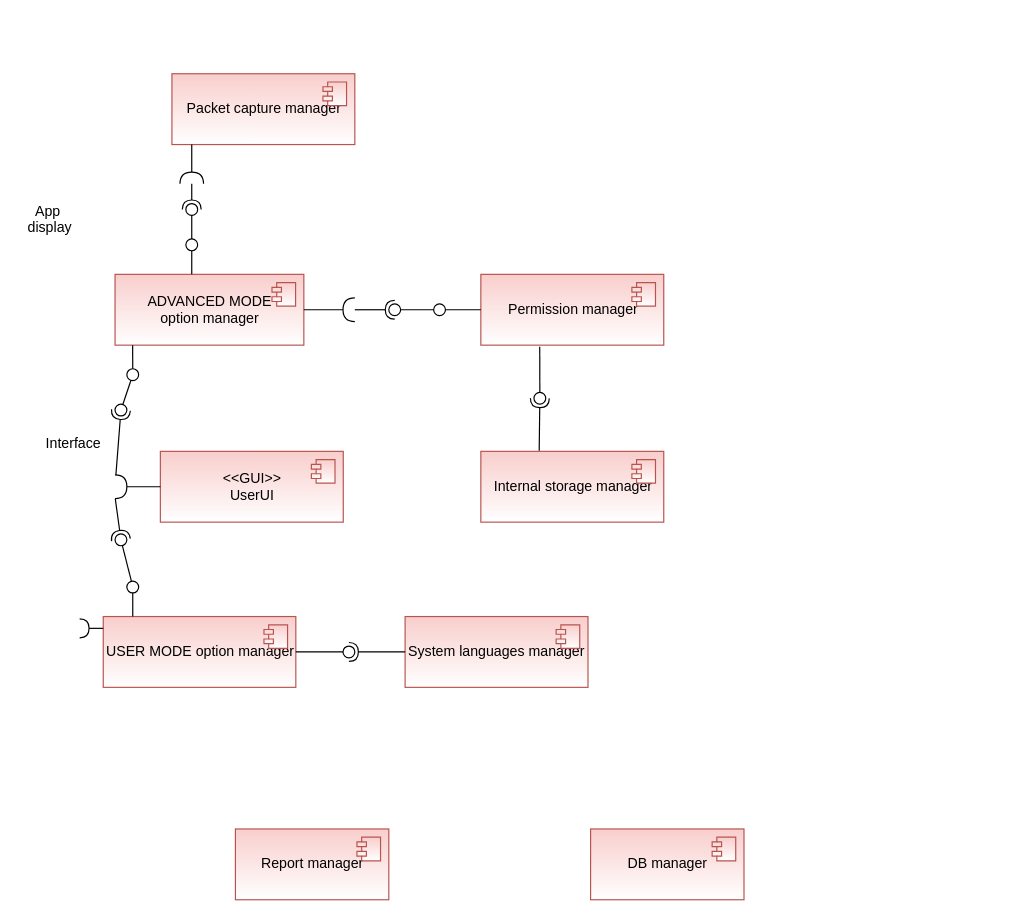
Earlier version of the draw.io diagram SAD/Diagrams/component_diagram.drawio (devmf027/CyberWall). Source tidied: cells renumbered, new cells numbered last; positions are measured from the earlier drawing's top-left corner, leaving out a move shared by most shapes. Both pictures are drawn from the tidied source at 118%, with x=0, y=0 at pixel (20, 73).
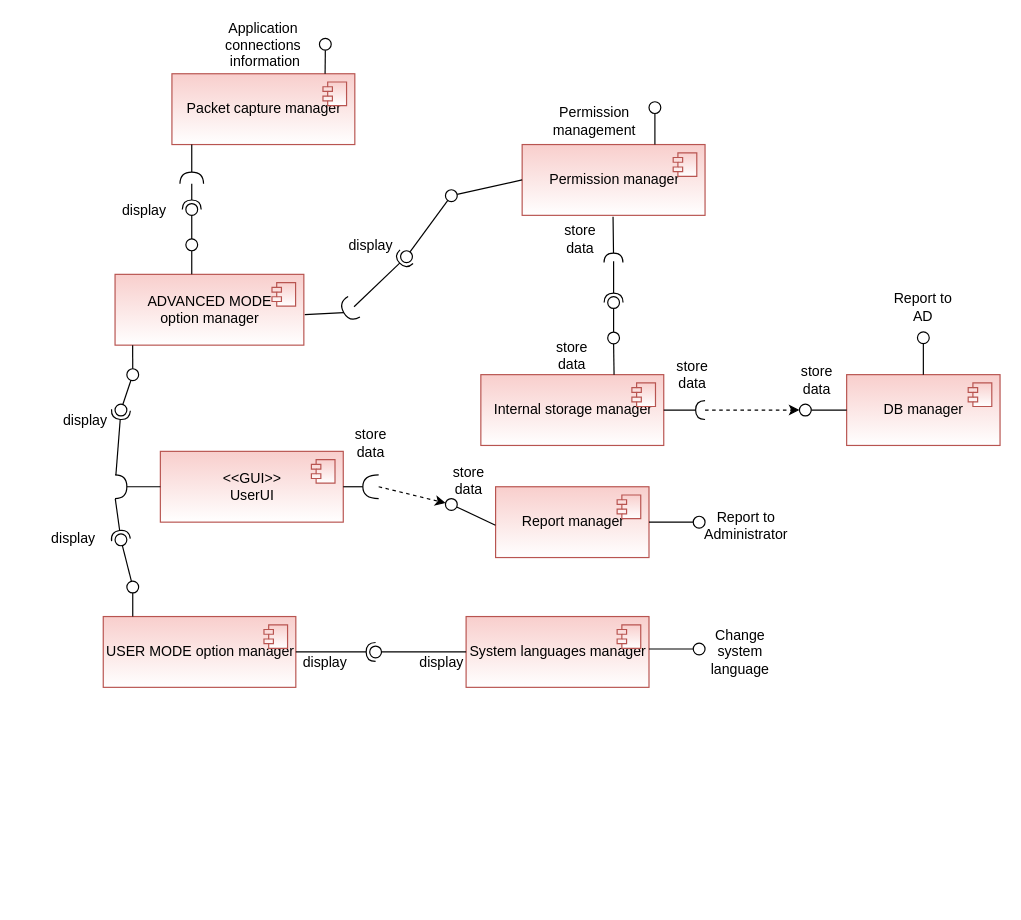
The same page after the edit.

Unchanged cells that the change refers to:
```xml
<mxCell id="6" value="&lt;span&gt;USER MODE option manager&lt;/span&gt;" style="html=1;fillColor=#f8cecc;strokeColor=#b85450;gradientColor=#ffffff;" parent="1" vertex="1">
  <mxGeometry x="70" y="460" width="163.2" height="60" as="geometry" />
</mxCell>
<mxCell id="10" value="&lt;span&gt;ADVANCED MODE &lt;br&gt;option manager&lt;/span&gt;" style="html=1;fillColor=#f8cecc;strokeColor=#b85450;gradientColor=#ffffff;" parent="1" vertex="1">
  <mxGeometry x="80" y="170" width="160" height="60" as="geometry" />
</mxCell>
```

Diff of the diagram source:
```diff
@@
     <mxCell id="2" value="Report manager" style="html=1;fillColor=#f8cecc;strokeColor=#b85450;gradientColor=#ffffff;" parent="1" vertex="1">
-      <mxGeometry x="182" y="640" width="130" height="60" as="geometry" />
+      <mxGeometry x="402.5" y="350" width="130" height="60" as="geometry" />
     </mxCell>
@@
     <mxCell id="4" value="DB manager" style="html=1;fillColor=#f8cecc;strokeColor=#b85450;gradientColor=#ffffff;" parent="1" vertex="1">
-      <mxGeometry x="483" y="640" width="130" height="60" as="geometry" />
+      <mxGeometry x="700" y="255" width="130" height="60" as="geometry" />
     </mxCell>
@@
     <mxCell id="8" value="System languages manager" style="html=1;fillColor=#f8cecc;strokeColor=#b85450;gradientColor=#ffffff;" parent="1" vertex="1">
-      <mxGeometry x="325.8" y="460" width="155" height="60" as="geometry" />
+      <mxGeometry x="377.5" y="460" width="155" height="60" as="geometry" />
     </mxCell>
@@
     <mxCell id="14" value="Permission manager" style="html=1;fillColor=#f8cecc;strokeColor=#b85450;gradientColor=#ffffff;" parent="1" vertex="1">
-      <mxGeometry x="390" y="170" width="155" height="60" as="geometry" />
+      <mxGeometry x="425" y="60" width="155" height="60" as="geometry" />
     </mxCell>
@@
     <mxCell id="18" value="Internal storage manager" style="html=1;fillColor=#f8cecc;strokeColor=#b85450;gradientColor=#ffffff;" parent="1" vertex="1">
-      <mxGeometry x="390" y="320" width="155" height="60" as="geometry" />
+      <mxGeometry x="390" y="255" width="155" height="60" as="geometry" />
     </mxCell>
@@
-    <mxCell id="20" style="rounded=0;orthogonalLoop=1;jettySize=auto;html=1;endArrow=halfCircle;endFill=0;entryX=0.5;entryY=0.5;endSize=6;strokeWidth=1;sketch=0;" parent="1" edge="1">
-      <mxGeometry relative="1" as="geometry">
-        <mxPoint x="70" y="470" as="sourcePoint" />
-        <mxPoint x="50" y="470" as="targetPoint" />
-      </mxGeometry>
-    </mxCell>
-    <mxCell id="21" value="App &#10;display" style="text;align=center;fontStyle=0;verticalAlign=middle;spacingLeft=3;spacingRight=3;strokeColor=none;" parent="1" vertex="1">
-      <mxGeometry y="110" width="50" height="26" as="geometry" />
+    <mxCell id="21" value="Application&#10;connections&#10; information" style="text;align=center;fontStyle=0;verticalAlign=middle;spacingLeft=3;spacingRight=3;strokeColor=none;" parent="1" vertex="1">
+      <mxGeometry x="170.8" y="-38" width="70" height="26" as="geometry" />
     </mxCell>
-    <mxCell id="22" style="rounded=0;jettySize=auto;html=1;endArrow=none;endFill=0;sketch=0;sourcePerimeterSpacing=0;targetPerimeterSpacing=0;exitX=1;exitY=0.5;exitDx=0;exitDy=0;" parent="1" edge="1" target="24">
-      <mxGeometry relative="1" as="geometry">
-        <mxPoint x="233.2" y="490" as="sourcePoint" />
-      </mxGeometry>
+    <mxCell id="22" style="rounded=0;jettySize=auto;html=1;endArrow=none;endFill=0;sketch=0;sourcePerimeterSpacing=0;targetPerimeterSpacing=0;exitX=0;exitY=0.5;exitDx=0;exitDy=0;" parent="1" edge="1" source="8" target="24">
+      <mxGeometry relative="1" as="geometry" />
     </mxCell>
-    <mxCell id="23" style="rounded=0;jettySize=auto;html=1;endArrow=halfCircle;endFill=0;entryX=0.5;entryY=0.5;endSize=6;strokeWidth=1;sketch=0;exitX=0;exitY=0.5;exitDx=0;exitDy=0;" parent="1" edge="1" source="8" target="24">
+    <mxCell id="23" style="rounded=0;jettySize=auto;html=1;endArrow=halfCircle;endFill=0;entryX=0.5;entryY=0.5;endSize=6;strokeWidth=1;sketch=0;exitX=1;exitY=0.5;exitDx=0;exitDy=0;" parent="1" edge="1" source="6" target="24">
       <mxGeometry relative="1" as="geometry" />
     </mxCell>
     <mxCell id="24" style="ellipse;whiteSpace=wrap;html=1;align=center;points=[];outlineConnect=0;sketch=0;" parent="1" vertex="1">
-      <mxGeometry x="273.2" y="485" width="10" height="10" as="geometry" />
+      <mxGeometry x="295.8" y="485" width="10" height="10" as="geometry" />
     </mxCell>
-    <mxCell id="25" value="Interface" style="text;align=center;fontStyle=0;verticalAlign=middle;spacingLeft=3;spacingRight=3;strokeColor=none;" parent="1" vertex="1">
-      <mxGeometry x="20" y="300" width="50" height="26" as="geometry" />
-    </mxCell>
-    <mxCell id="26" style="rounded=0;orthogonalLoop=1;jettySize=auto;html=1;endArrow=none;endFill=0;sketch=0;sourcePerimeterSpacing=0;targetPerimeterSpacing=0;exitX=0.322;exitY=1.005;exitDx=0;exitDy=0;exitPerimeter=0;" parent="1" edge="1">
-      <mxGeometry relative="1" as="geometry">
-        <mxPoint x="439.9" y="231.3" as="sourcePoint" />
-        <mxPoint x="440" y="271" as="targetPoint" />
-      </mxGeometry>
+    <mxCell id="26" style="rounded=0;jettySize=auto;html=1;endArrow=none;endFill=0;sketch=0;sourcePerimeterSpacing=0;targetPerimeterSpacing=0;" parent="1" edge="1" source="77" target="28">
+      <mxGeometry relative="1" as="geometry" />
     </mxCell>
-    <mxCell id="27" style="rounded=0;jettySize=auto;html=1;endArrow=halfCircle;endFill=0;entryX=0.5;entryY=0.5;endSize=6;strokeWidth=1;sketch=0;entryDx=0;entryDy=0;exitX=0.319;exitY=-0.007;exitDx=0;exitDy=0;exitPerimeter=0;" parent="1" edge="1" source="18" target="28">
-      <mxGeometry relative="1" as="geometry" />
+    <mxCell id="27" style="rounded=0;orthogonalLoop=1;jettySize=auto;html=1;endArrow=halfCircle;endFill=0;endSize=6;strokeWidth=1;sketch=0;" parent="1" edge="1">
+      <mxGeometry relative="1" as="geometry">
+        <mxPoint x="502.5" y="158.9" as="sourcePoint" />
+        <mxPoint x="502.5" y="193.9" as="targetPoint" />
+      </mxGeometry>
     </mxCell>
     <mxCell id="28" style="ellipse;whiteSpace=wrap;html=1;align=center;points=[];outlineConnect=0;sketch=0;" parent="1" vertex="1">
-      <mxGeometry x="435" y="270" width="10" height="10" as="geometry" />
+      <mxGeometry x="497.5" y="188.9" width="10" height="10" as="geometry" />
     </mxCell>
@@
-    <mxCell id="48" style="endArrow=none;html=1;rounded=0;entryX=1;entryY=0.5;entryDx=0;entryDy=0;entryPerimeter=0;exitX=1;exitY=0.5;exitDx=0;exitDy=0;" parent="1" edge="1" source="10" target="50">
+    <mxCell id="48" style="endArrow=none;html=1;rounded=0;entryX=1;entryY=0.5;entryDx=0;entryDy=0;entryPerimeter=0;exitX=1.005;exitY=0.569;exitDx=0;exitDy=0;exitPerimeter=0;" parent="1" edge="1" source="10" target="50">
       <mxGeometry relative="1" as="geometry" />
     </mxCell>
@@
-    <mxCell id="50" style="shape=requiredInterface;html=1;verticalLabelPosition=bottom;sketch=0;rotation=0;direction=west;" parent="1" vertex="1">
+    <mxCell id="50" style="shape=requiredInterface;html=1;verticalLabelPosition=bottom;sketch=0;rotation=-30;direction=west;" parent="1" vertex="1">
       <mxGeometry x="273.2" y="190" width="10" height="20" as="geometry" />
     </mxCell>
-    <mxCell id="51" style="rounded=0;jettySize=auto;html=1;endArrow=none;endFill=0;sketch=0;sourcePerimeterSpacing=0;targetPerimeterSpacing=0;exitX=0;exitY=0.5;exitDx=0;exitDy=0;exitPerimeter=0;" parent="1" edge="1" target="53">
-      <mxGeometry relative="1" as="geometry">
-        <mxPoint x="351.6" y="200" as="sourcePoint" />
-      </mxGeometry>
+    <mxCell id="51" style="rounded=0;jettySize=auto;html=1;endArrow=none;endFill=0;sketch=0;sourcePerimeterSpacing=0;targetPerimeterSpacing=0;" parent="1" edge="1" source="55" target="53">
+      <mxGeometry relative="1" as="geometry" />
     </mxCell>
@@
     <mxCell id="53" style="ellipse;whiteSpace=wrap;html=1;align=center;points=[];outlineConnect=0;sketch=0;" parent="1" vertex="1">
-      <mxGeometry x="312" y="195" width="10" height="10" as="geometry" />
+      <mxGeometry x="322" y="150" width="10" height="10" as="geometry" />
     </mxCell>
@@
     <mxCell id="55" style="ellipse;whiteSpace=wrap;html=1;align=center;points=[];outlineConnect=0;sketch=0;" parent="1" vertex="1">
-      <mxGeometry x="350" y="195" width="10" height="10" as="geometry" />
+      <mxGeometry x="360" y="98.3" width="10" height="10" as="geometry" />
     </mxCell>
+    <mxCell id="56" style="endArrow=none;html=1;rounded=0;entryX=1;entryY=0.5;entryDx=0;entryDy=0;entryPerimeter=0;" parent="1" edge="1" target="57">
+      <mxGeometry relative="1" as="geometry">
+        <mxPoint x="273.4" y="350" as="sourcePoint" />
+      </mxGeometry>
+    </mxCell>
+    <mxCell id="57" style="shape=requiredInterface;html=1;verticalLabelPosition=bottom;sketch=0;rotation=0;direction=west;" parent="1" vertex="1">
+      <mxGeometry x="290" y="340" width="13.4" height="20" as="geometry" />
+    </mxCell>
+    <mxCell id="58" style="rounded=0;jettySize=auto;html=1;endArrow=none;endFill=0;sketch=0;sourcePerimeterSpacing=0;targetPerimeterSpacing=0;exitX=-0.001;exitY=0.545;exitDx=0;exitDy=0;exitPerimeter=0;" parent="1" edge="1" source="2" target="59">
+      <mxGeometry relative="1" as="geometry" />
+    </mxCell>
+    <mxCell id="59" style="ellipse;whiteSpace=wrap;html=1;align=center;points=[];outlineConnect=0;sketch=0;" parent="1" vertex="1">
+      <mxGeometry x="360" y="360" width="10" height="10" as="geometry" />
+    </mxCell>
+    <mxCell id="60" style="rounded=0;jettySize=auto;html=1;endArrow=none;endFill=0;sketch=0;sourcePerimeterSpacing=0;targetPerimeterSpacing=0;exitX=0;exitY=0.5;exitDx=0;exitDy=0;" parent="1" edge="1" source="4" target="62">
+      <mxGeometry relative="1" as="geometry" />
+    </mxCell>
+    <mxCell id="61" style="rounded=0;jettySize=auto;html=1;endArrow=halfCircle;endFill=0;endSize=6;strokeWidth=1;sketch=0;exitX=1;exitY=0.5;exitDx=0;exitDy=0;" parent="1" edge="1" source="18">
+      <mxGeometry relative="1" as="geometry">
+        <mxPoint x="580" y="285" as="targetPoint" />
+      </mxGeometry>
+    </mxCell>
+    <mxCell id="62" style="ellipse;whiteSpace=wrap;html=1;align=center;points=[];outlineConnect=0;sketch=0;" parent="1" vertex="1">
+      <mxGeometry x="660" y="280" width="10" height="10" as="geometry" />
+    </mxCell>
+    <mxCell id="63" style="endArrow=classic;html=1;rounded=0;exitX=0;exitY=0.5;exitDx=0;exitDy=0;exitPerimeter=0;dashed=1;" parent="1" edge="1" source="57" target="59">
+      <mxGeometry relative="1" as="geometry" />
+    </mxCell>
+    <mxCell id="64" style="endArrow=classic;html=1;rounded=0;dashed=1;" parent="1" edge="1" target="62">
+      <mxGeometry relative="1" as="geometry">
+        <mxPoint x="580" y="285" as="sourcePoint" />
+      </mxGeometry>
+    </mxCell>
+    <mxCell id="65" style="rounded=0;jettySize=auto;html=1;endArrow=none;endFill=0;sketch=0;sourcePerimeterSpacing=0;targetPerimeterSpacing=0;exitX=1;exitY=0.5;exitDx=0;exitDy=0;" parent="1" edge="1" source="2" target="66">
+      <mxGeometry relative="1" as="geometry" />
+    </mxCell>
+    <mxCell id="66" style="ellipse;whiteSpace=wrap;html=1;align=center;points=[];outlineConnect=0;sketch=0;" parent="1" vertex="1">
+      <mxGeometry x="570" y="375" width="10" height="10" as="geometry" />
+    </mxCell>
+    <mxCell id="67" style="rounded=0;jettySize=auto;html=1;endArrow=none;endFill=0;sketch=0;sourcePerimeterSpacing=0;targetPerimeterSpacing=0;exitX=0.5;exitY=0;exitDx=0;exitDy=0;" parent="1" edge="1" source="4" target="68">
+      <mxGeometry relative="1" as="geometry" />
+    </mxCell>
+    <mxCell id="68" style="ellipse;whiteSpace=wrap;html=1;align=center;points=[];outlineConnect=0;sketch=0;" parent="1" vertex="1">
+      <mxGeometry x="760" y="218.7" width="10" height="10" as="geometry" />
+    </mxCell>
+    <mxCell id="69" value="Report to Administrator" style="text;html=1;strokeColor=none;fillColor=none;align=center;verticalAlign=middle;whiteSpace=wrap;rounded=0;" parent="1" vertex="1">
+      <mxGeometry x="580" y="365" width="70" height="35" as="geometry" />
+    </mxCell>
+    <mxCell id="70" value="Report to AD" style="text;html=1;strokeColor=none;fillColor=none;align=center;verticalAlign=middle;whiteSpace=wrap;rounded=0;" parent="1" vertex="1">
+      <mxGeometry x="735" y="180" width="60" height="35" as="geometry" />
+    </mxCell>
+    <mxCell id="71" value="store data" style="text;html=1;strokeColor=none;fillColor=none;align=center;verticalAlign=middle;whiteSpace=wrap;rounded=0;" parent="1" vertex="1">
+      <mxGeometry x="545" y="235" width="48.8" height="40" as="geometry" />
+    </mxCell>
+    <mxCell id="72" value="store data" style="text;html=1;strokeColor=none;fillColor=none;align=center;verticalAlign=middle;whiteSpace=wrap;rounded=0;" parent="1" vertex="1">
+      <mxGeometry x="650" y="240" width="50" height="40" as="geometry" />
+    </mxCell>
+    <mxCell id="73" value="store data" style="text;html=1;strokeColor=none;fillColor=none;align=center;verticalAlign=middle;whiteSpace=wrap;rounded=0;" parent="1" vertex="1">
+      <mxGeometry x="272" y="293" width="50" height="40" as="geometry" />
+    </mxCell>
+    <mxCell id="74" value="store data" style="text;html=1;strokeColor=none;fillColor=none;align=center;verticalAlign=middle;whiteSpace=wrap;rounded=0;" parent="1" vertex="1">
+      <mxGeometry x="355" y="325" width="50" height="40" as="geometry" />
+    </mxCell>
+    <mxCell id="75" style="rounded=0;jettySize=auto;html=1;endArrow=halfCircle;endFill=0;endSize=6;strokeWidth=1;sketch=0;exitX=0.497;exitY=1.019;exitDx=0;exitDy=0;exitPerimeter=0;" parent="1" edge="1" source="14">
+      <mxGeometry relative="1" as="geometry">
+        <mxPoint x="502.4" y="160" as="targetPoint" />
+        <Array as="points">
+          <mxPoint x="502.4" y="150" />
+        </Array>
+      </mxGeometry>
+    </mxCell>
+    <mxCell id="76" style="rounded=0;jettySize=auto;html=1;endArrow=none;endFill=0;sketch=0;sourcePerimeterSpacing=0;targetPerimeterSpacing=0;exitX=0.822;exitY=0.018;exitDx=0;exitDy=0;exitPerimeter=0;" parent="1" edge="1" target="77">
+      <mxGeometry relative="1" as="geometry">
+        <mxPoint x="502.9" y="255" as="sourcePoint" />
+      </mxGeometry>
+    </mxCell>
+    <mxCell id="77" style="ellipse;whiteSpace=wrap;html=1;align=center;points=[];outlineConnect=0;sketch=0;" parent="1" vertex="1">
+      <mxGeometry x="497.5" y="218.9" width="10" height="10" as="geometry" />
+    </mxCell>
+    <mxCell id="78" value="store data" style="text;html=1;strokeColor=none;fillColor=none;align=center;verticalAlign=middle;whiteSpace=wrap;rounded=0;" parent="1" vertex="1">
+      <mxGeometry x="449.5" y="120" width="48.8" height="40" as="geometry" />
+    </mxCell>
+    <mxCell id="79" value="store data" style="text;html=1;strokeColor=none;fillColor=none;align=center;verticalAlign=middle;whiteSpace=wrap;rounded=0;" parent="1" vertex="1">
+      <mxGeometry x="443.1" y="218.7" width="48.8" height="40" as="geometry" />
+    </mxCell>
+    <mxCell id="80" style="rounded=0;jettySize=auto;html=1;endArrow=none;endFill=0;sketch=0;sourcePerimeterSpacing=0;targetPerimeterSpacing=0;exitX=0.5;exitY=0;exitDx=0;exitDy=0;" parent="1" edge="1" target="81">
+      <mxGeometry relative="1" as="geometry">
+        <mxPoint x="537.5" y="60" as="sourcePoint" />
+      </mxGeometry>
+    </mxCell>
+    <mxCell id="81" style="ellipse;whiteSpace=wrap;html=1;align=center;points=[];outlineConnect=0;sketch=0;" parent="1" vertex="1">
+      <mxGeometry x="532.5" y="23.7" width="10" height="10" as="geometry" />
+    </mxCell>
+    <mxCell id="82" value="Permission&lt;br&gt;management" style="text;html=1;strokeColor=none;fillColor=none;align=center;verticalAlign=middle;whiteSpace=wrap;rounded=0;" parent="1" vertex="1">
+      <mxGeometry x="449.5" y="20" width="72.5" height="40" as="geometry" />
+    </mxCell>
+    <mxCell id="83" value="display" style="text;align=center;fontStyle=0;verticalAlign=middle;spacingLeft=3;spacingRight=3;strokeColor=none;" parent="1" vertex="1">
+      <mxGeometry x="30" y="280" width="50" height="26" as="geometry" />
+    </mxCell>
+    <mxCell id="84" value="display" style="text;align=center;fontStyle=0;verticalAlign=middle;spacingLeft=3;spacingRight=3;strokeColor=none;" parent="1" vertex="1">
+      <mxGeometry x="20" y="380" width="50" height="26" as="geometry" />
+    </mxCell>
+    <mxCell id="85" value="display" style="text;align=center;fontStyle=0;verticalAlign=middle;spacingLeft=3;spacingRight=3;strokeColor=none;" parent="1" vertex="1">
+      <mxGeometry x="233.2" y="485" width="50" height="26" as="geometry" />
+    </mxCell>
+    <mxCell id="86" value="display" style="text;align=center;fontStyle=0;verticalAlign=middle;spacingLeft=3;spacingRight=3;strokeColor=none;" parent="1" vertex="1">
+      <mxGeometry x="332" y="485" width="50" height="26" as="geometry" />
+    </mxCell>
+    <mxCell id="87" style="rounded=0;jettySize=auto;html=1;endArrow=none;endFill=0;sketch=0;sourcePerimeterSpacing=0;targetPerimeterSpacing=0;" parent="1" edge="1" target="88">
+      <mxGeometry relative="1" as="geometry">
+        <mxPoint x="258" as="sourcePoint" />
+      </mxGeometry>
+    </mxCell>
+    <mxCell id="88" style="ellipse;whiteSpace=wrap;html=1;align=center;points=[];outlineConnect=0;sketch=0;" parent="1" vertex="1">
+      <mxGeometry x="253.2" y="-30" width="10" height="10" as="geometry" />
+    </mxCell>
+    <mxCell id="89" style="rounded=0;jettySize=auto;html=1;endArrow=none;endFill=0;sketch=0;sourcePerimeterSpacing=0;targetPerimeterSpacing=0;exitX=1;exitY=0.5;exitDx=0;exitDy=0;" parent="1" edge="1" target="90">
+      <mxGeometry relative="1" as="geometry">
+        <mxPoint x="532.5" y="487.5" as="sourcePoint" />
+      </mxGeometry>
+    </mxCell>
+    <mxCell id="90" style="ellipse;whiteSpace=wrap;html=1;align=center;points=[];outlineConnect=0;sketch=0;" parent="1" vertex="1">
+      <mxGeometry x="570" y="482.5" width="10" height="10" as="geometry" />
+    </mxCell>
+    <mxCell id="91" value="Change system language" style="text;html=1;strokeColor=none;fillColor=none;align=center;verticalAlign=middle;whiteSpace=wrap;rounded=0;" parent="1" vertex="1">
+      <mxGeometry x="580" y="472.5" width="60" height="35" as="geometry" />
+    </mxCell>
+    <mxCell id="92" value="display" style="text;align=center;fontStyle=0;verticalAlign=middle;spacingLeft=3;spacingRight=3;strokeColor=none;" parent="1" vertex="1">
+      <mxGeometry x="80" y="102" width="50" height="26" as="geometry" />
+    </mxCell>
+    <mxCell id="93" value="display" style="text;align=center;fontStyle=0;verticalAlign=middle;spacingLeft=3;spacingRight=3;strokeColor=none;" parent="1" vertex="1">
+      <mxGeometry x="272" y="132" width="50" height="26" as="geometry" />
+    </mxCell>
```
